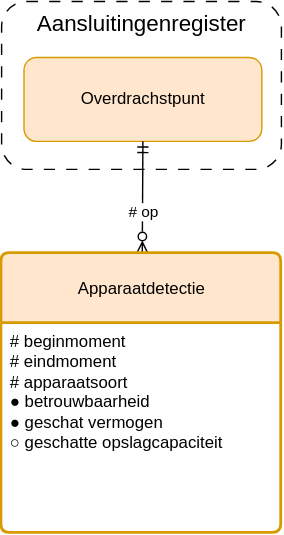
Before: registers/apparaatdetectieregister/1.0/apparaatdetectieregister.drawio.svg, a diagram exported from draw.io (Netbeheer-Nederland/stelsel). Source tidied: cells renumbered, new cells last; positions are measured from the earlier drawing's top-left corner, leaving out a move shared by most shapes.
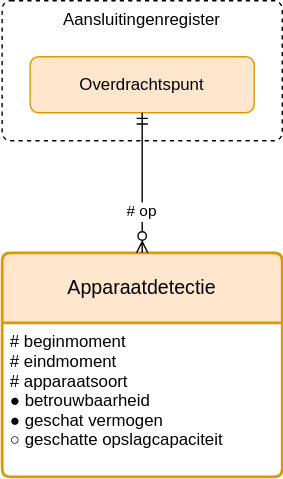
The same file after the commit.

What changed in the source:
```diff
@@ -2,25 +2,20 @@
   <root>
     <mxCell id="0" />
     <mxCell id="1" parent="0" />
-    <mxCell id="2" value="&lt;span lang=&quot;EN-US&quot; style=&quot;font-size: 12pt; font-family: Aptos, sans-serif;&quot;&gt;Aansluitingenregister&lt;/span&gt;" style="rounded=1;whiteSpace=wrap;html=1;fillColor=none;strokeColor=#000000;dashed=1;dashPattern=8 8;labelPosition=center;verticalLabelPosition=middle;align=center;verticalAlign=top;" parent="1" vertex="1">
-      <mxGeometry width="200" height="120" as="geometry" />
+    <mxCell id="2" value="Aansluitingenregister" style="rounded=1;whiteSpace=wrap;verticalAlign=top;dashed=1;arcSize=12;absoluteArcSize=1;" parent="1" vertex="1">
+      <mxGeometry width="200" height="100" as="geometry" />
     </mxCell>
-    <mxCell id="3" value="Overdrachstpunt" style="rounded=1;whiteSpace=wrap;html=1;fillColor=#ffe6cc;strokeColor=#d79b00;" parent="1" vertex="1">
-      <mxGeometry x="16" y="40" width="170" height="60" as="geometry" />
-    </mxCell>
-    <mxCell id="4" style="rounded=0;jettySize=auto;html=1;entryX=0.5;entryY=1;entryDx=0;entryDy=0;startArrow=ERzeroToMany;startFill=0;endArrow=ERmandOne;endFill=0;" parent="1" edge="1" source="6" target="3">
-      <mxGeometry relative="1" as="geometry" />
-    </mxCell>
-    <mxCell id="5" value="# op" style="edgeLabel;html=1;align=center;verticalAlign=middle;" parent="4" vertex="1">
-      <mxGeometry x="-0.5" relative="1" as="geometry">
-        <mxPoint y="-10" as="offset" />
-      </mxGeometry>
-    </mxCell>
+    <mxCell id="8" value="Overdrachtspunt" style="rounded=1;arcSize=12;whiteSpace=wrap;align=center;fillColor=#ffe6cc;strokeColor=#d79b00;absoluteArcSize=1;" parent="1" vertex="1">
+      <mxGeometry x="20" y="40" width="160" height="40" as="geometry" />
+    </mxCell>
-    <mxCell id="6" value="&lt;span style=&quot;font-size: 12px;&quot;&gt;Apparaatdetectie&lt;/span&gt;" style="swimlane;horizontal=1;startSize=50;rounded=1;fontSize=14;fontStyle=0;strokeWidth=2;shadow=0;dashed=0;align=center;arcSize=4;whiteSpace=wrap;html=1;fillColor=#ffe6cc;strokeColor=#d79b00;" parent="1" vertex="1">
-      <mxGeometry y="180" width="200" height="200" as="geometry" />
+    <mxCell id="6" value="Apparaatdetectie" style="swimlane;horizontal=1;startSize=50;rounded=1;fontSize=14;fontStyle=0;strokeWidth=2;shadow=0;dashed=0;align=center;arcSize=4;fillColor=#ffe6cc;strokeColor=#d79b00;whiteSpace=wrap;" parent="1" vertex="1">
+      <mxGeometry y="180" width="200" height="160" as="geometry" />
     </mxCell>
-    <mxCell id="7" value="&lt;div&gt;&lt;span style=&quot;background-color: transparent; color: light-dark(rgb(0, 0, 0), rgb(255, 255, 255));&quot;&gt;# beginmoment&lt;/span&gt;&lt;/div&gt;&lt;div&gt;&lt;span style=&quot;background-color: transparent; color: light-dark(rgb(0, 0, 0), rgb(255, 255, 255));&quot;&gt;# eindmoment&lt;/span&gt;&lt;/div&gt;&lt;div&gt;&lt;span style=&quot;background-color: transparent; color: light-dark(rgb(0, 0, 0), rgb(255, 255, 255));&quot;&gt;# apparaatsoort&lt;/span&gt;&lt;/div&gt;&lt;div&gt;&lt;span style=&quot;background-color: transparent; color: light-dark(rgb(0, 0, 0), rgb(255, 255, 255));&quot;&gt;●&amp;nbsp;&lt;/span&gt;&lt;span style=&quot;background-color: transparent; color: light-dark(rgb(0, 0, 0), rgb(255, 255, 255));&quot;&gt;betrouwbaarheid&lt;/span&gt;&lt;/div&gt;&lt;div&gt;&lt;span style=&quot;background-color: transparent; color: light-dark(rgb(0, 0, 0), rgb(255, 255, 255));&quot;&gt;● geschat vermogen&lt;/span&gt;&lt;/div&gt;&lt;div&gt;&lt;span style=&quot;color: light-dark(rgb(0, 0, 0), rgb(255, 255, 255)); background-color: transparent;&quot;&gt;○&lt;/span&gt;&lt;span style=&quot;color: light-dark(rgb(0, 0, 0), rgb(255, 255, 255)); background-color: transparent;&quot;&gt;&amp;nbsp;geschatte opslagcapaciteit&lt;/span&gt;&lt;span style=&quot;background-color: transparent; color: light-dark(rgb(0, 0, 0), rgb(255, 255, 255));&quot;&gt;&lt;/span&gt;&lt;/div&gt;" style="align=left;strokeColor=none;fillColor=none;spacingLeft=4;fontSize=12;verticalAlign=top;html=1;" parent="6" vertex="1">
-      <mxGeometry y="50" width="200" height="150" as="geometry" />
+    <mxCell id="7" value="# beginmoment&#10;# eindmoment&#10;# apparaatsoort&#10;● betrouwbaarheid&#10;● geschat vermogen&#10;○ geschatte opslagcapaciteit" style="align=left;strokeColor=none;fillColor=none;spacingLeft=4;fontSize=12;verticalAlign=top;" parent="6" vertex="1">
+      <mxGeometry y="50" width="200" height="110" as="geometry" />
     </mxCell>
+    <mxCell id="5" value="# op" style="rounded=0;jettySize=auto;endArrow=ERmandOne;endFill=0;startArrow=ERzeroToMany;startFill=0;align=center;elbow=vertical;" parent="1" edge="1" source="6" target="8">
+      <mxGeometry x="-0.4" relative="1" as="geometry" />
+    </mxCell>
   </root>
 </mxGraphModel>
```
